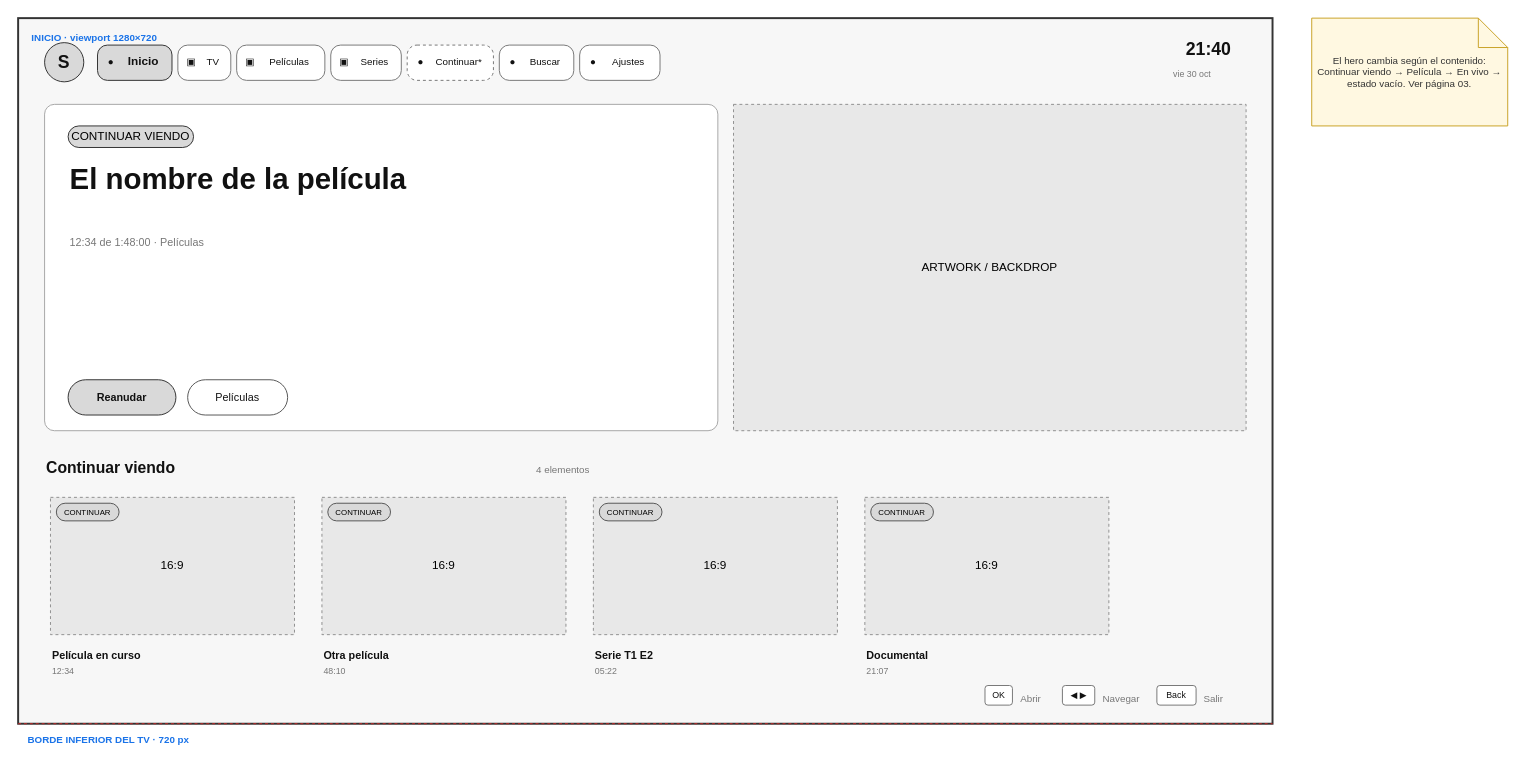
This is page "01 · Inicio · viewport" (2 of 4) of design/layouts/INICIO.drawio from andres3336/streaming, a draw.io file, before an edit. Source tidied: cells renumbered, new cells numbered last; positions are measured from the earlier drawing's top-left corner, leaving out a move shared by most shapes. Both pictures are drawn from the tidied source at 98%, with x=0, y=0 at pixel (18, 18).
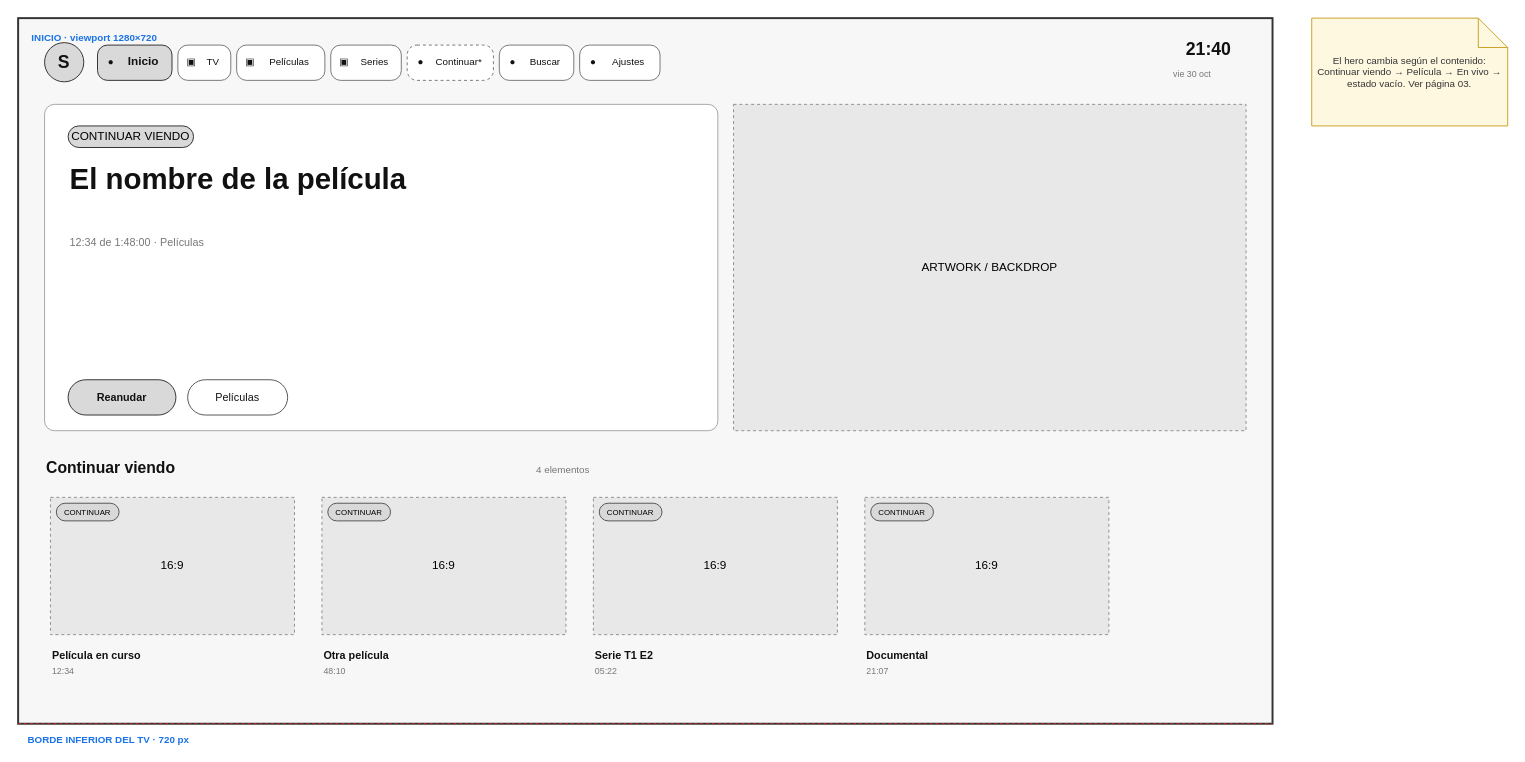
The same diagram, later.

Unchanged cells that the change refers to:
```xml
<mxCell id="4" style="group;" parent="2" vertex="1">
  <mxGeometry width="1280" height="720" as="geometry" />
</mxCell>
```

Change to the diagram source:
```diff
@@
-    <mxCell id="3" parent="0" />
@@
-    <mxCell id="6" value="INICIO · viewport 1280×720" style="text;html=1;whiteSpace=wrap;align=left;verticalAlign=top;fontSize=10;fontStyle=1;fontColor=#1A73E8;fontFamily=Helvetica;" parent="3" vertex="1">
-      <mxGeometry x="12" y="8" width="1256" height="18" as="geometry" />
-    </mxCell>
@@
-    <mxCell id="72" style="group;" parent="4" vertex="1">
-      <mxGeometry x="27" y="681" width="1226" height="22" as="geometry" />
-    </mxCell>
-    <mxCell id="73" value="OK" style="rounded=1;arcSize=15;whiteSpace=wrap;html=1;fillColor=#FFFFFF;strokeColor=#777777;strokeWidth=1;fontSize=9;fontColor=#111111;fontFamily=Helvetica;" parent="72" vertex="1">
-      <mxGeometry x="959.6" width="28" height="20" as="geometry" />
-    </mxCell>
-    <mxCell id="74" value="Abrir" style="text;html=1;whiteSpace=wrap;align=left;verticalAlign=top;fontSize=10;fontColor=#777777;fontFamily=Helvetica;" parent="72" vertex="1">
-      <mxGeometry x="993.6" y="1" width="45" height="18" as="geometry" />
-    </mxCell>
-    <mxCell id="75" value="◀ ▶" style="rounded=1;arcSize=15;whiteSpace=wrap;html=1;fillColor=#FFFFFF;strokeColor=#777777;strokeWidth=1;fontSize=9;fontColor=#111111;fontFamily=Helvetica;" parent="72" vertex="1">
-      <mxGeometry x="1038.6" width="33" height="20" as="geometry" />
-    </mxCell>
-    <mxCell id="76" value="Navegar" style="text;html=1;whiteSpace=wrap;align=left;verticalAlign=top;fontSize=10;fontColor=#777777;fontFamily=Helvetica;" parent="72" vertex="1">
-      <mxGeometry x="1077.6" y="1" width="57.4" height="18" as="geometry" />
-    </mxCell>
-    <mxCell id="77" value="Back" style="rounded=1;arcSize=15;whiteSpace=wrap;html=1;fillColor=#FFFFFF;strokeColor=#777777;strokeWidth=1;fontSize=9;fontColor=#111111;fontFamily=Helvetica;" parent="72" vertex="1">
-      <mxGeometry x="1135" width="40" height="20" as="geometry" />
-    </mxCell>
-    <mxCell id="78" value="Salir" style="text;html=1;whiteSpace=wrap;align=left;verticalAlign=top;fontSize=10;fontColor=#777777;fontFamily=Helvetica;" parent="72" vertex="1">
-      <mxGeometry x="1181" y="1" width="45" height="18" as="geometry" />
-    </mxCell>
@@
+    <mxCell id="3" parent="0" />
+    <mxCell id="6" value="INICIO · viewport 1280×720" style="text;html=1;whiteSpace=wrap;align=left;verticalAlign=top;fontSize=10;fontStyle=1;fontColor=#1A73E8;fontFamily=Helvetica;" parent="3" vertex="1">
+      <mxGeometry x="12" y="8" width="1256" height="18" as="geometry" />
+    </mxCell>
```
